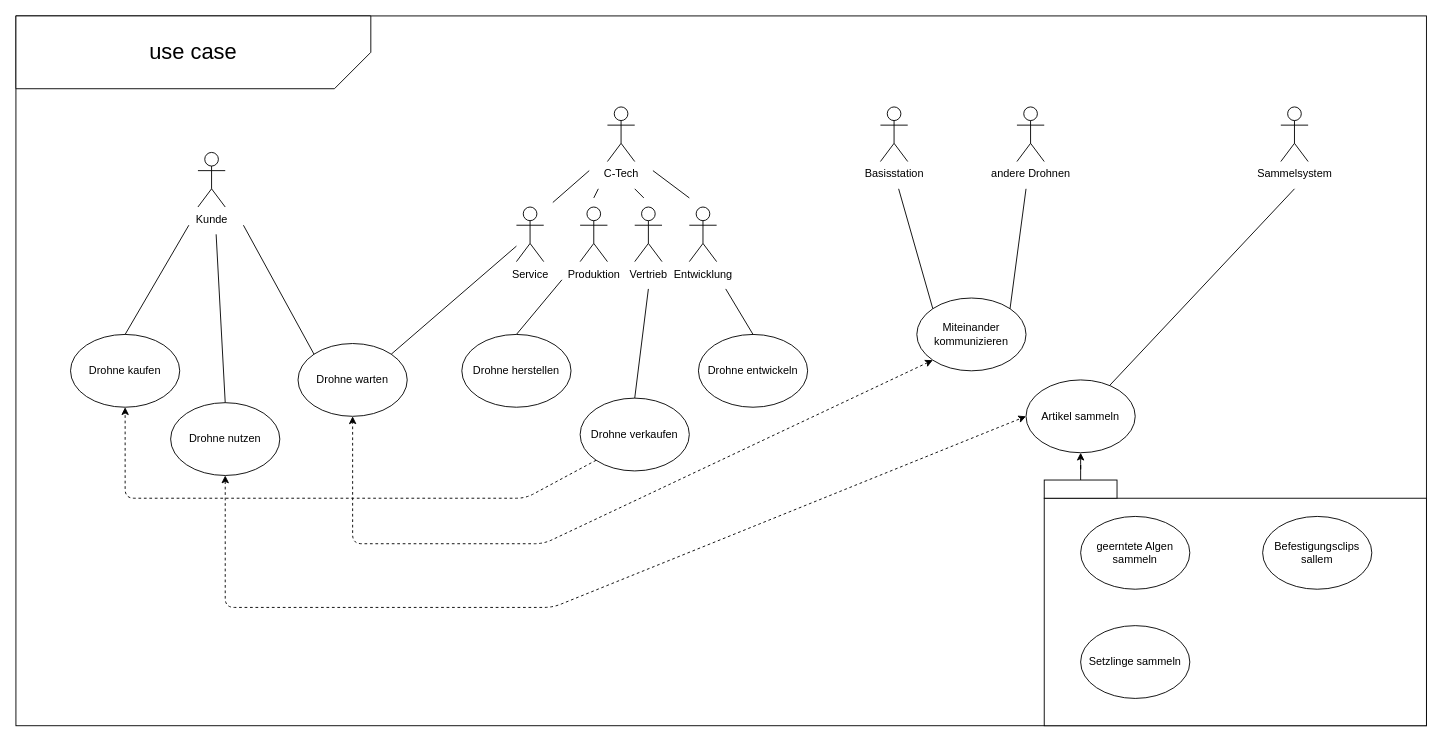
Earlier version of the draw.io diagram Meilenstein 2/Dokumente/Funktionsplan/Use-case-diagramm.drawio (plastikpamaro/MKon). Source tidied: cells renumbered, new cells numbered last; positions are measured from the earlier drawing's top-left corner, leaving out a move shared by most shapes. Both pictures are drawn from the tidied source at 91%, with x=0, y=0 at pixel (15, 15).
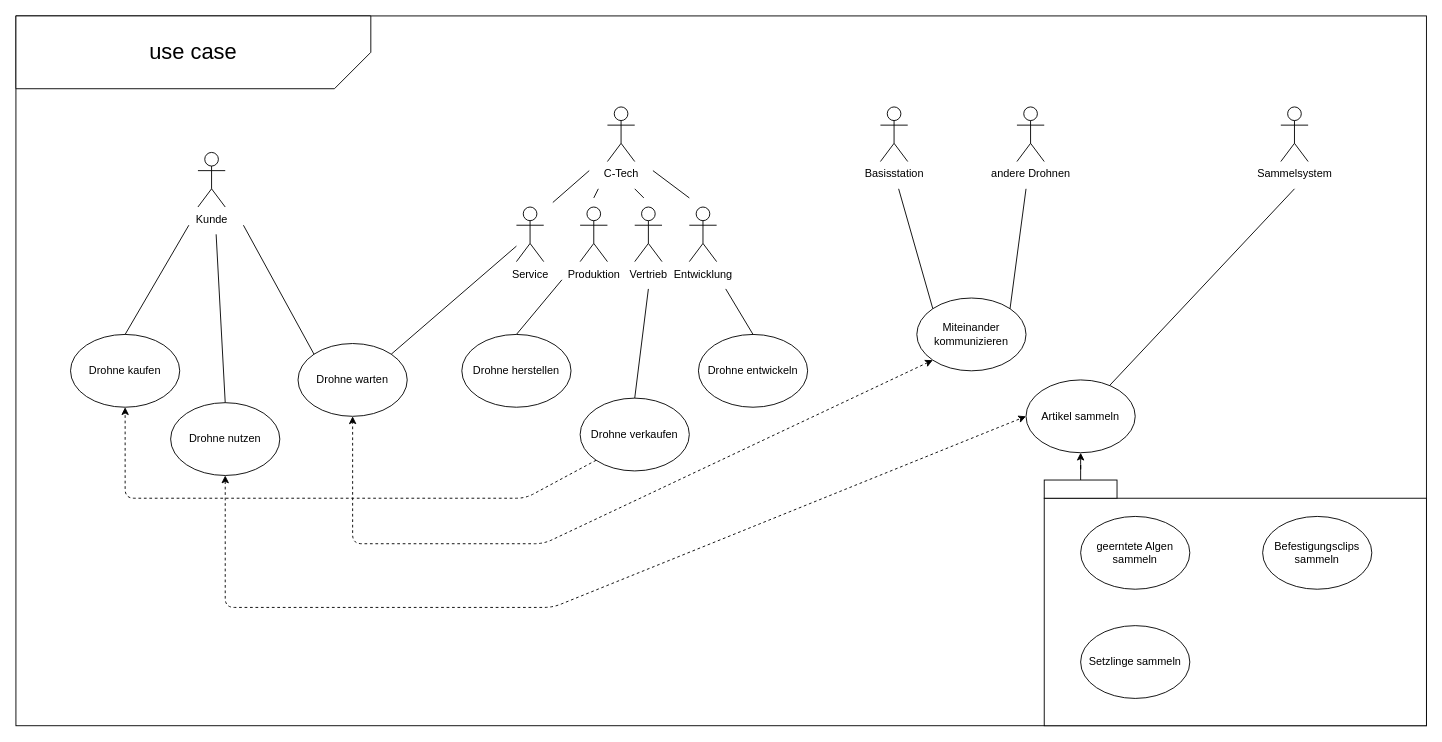
Above is the later version.

Commit message (it also covers changes not shown here):
diagramme upgedated

The edit, as a diff of the source:
```diff
@@
-    <mxCell id="17" value="Befestigungsclips sallem" style="ellipse;whiteSpace=wrap;html=1;rounded=0;glass=0;sketch=0;" parent="3" vertex="1">
+    <mxCell id="17" value="Befestigungsclips sammeln" style="ellipse;whiteSpace=wrap;html=1;rounded=0;glass=0;sketch=0;" parent="3" vertex="1">
       <mxGeometry x="1370" y="550" width="120" height="80" as="geometry" />
     </mxCell>
```
